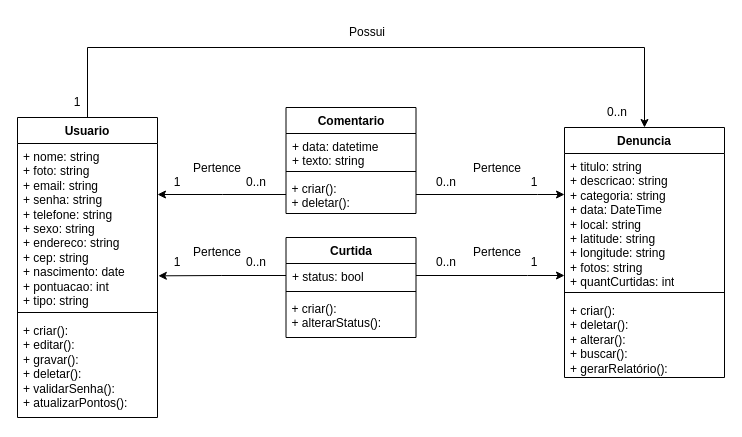
This is Documentação/Diagramas/Diagrama de Classes.drawio from frsouzaa/Documentacao-TCC-NossaVia, a draw.io file, before an edit. Source tidied: cells renumbered, new cells numbered last; positions are measured from the earlier drawing's top-left corner, leaving out a move shared by most shapes. Both pictures are drawn from the tidied source at 100%, with x=0, y=0 at pixel (17, 17).
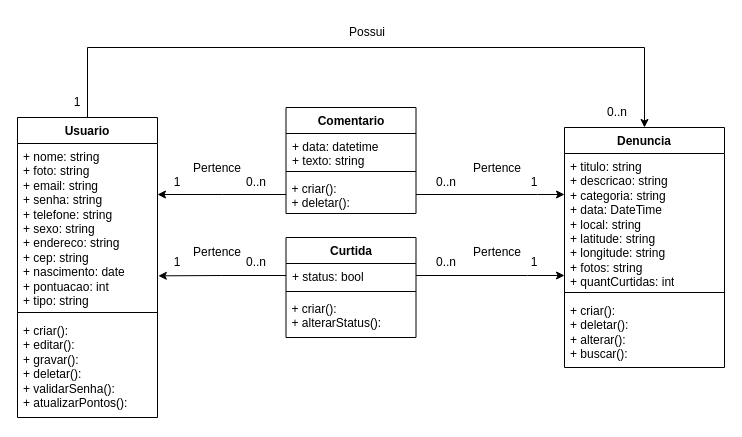
The same page after the edit.

Commit message (it also covers changes not shown here):
Removendo método GerarRelatório() dos diagramas

What changed in the source:
```diff
@@
     <mxCell id="6" value="Denuncia" style="swimlane;fontStyle=1;align=center;verticalAlign=top;horizontal=1;startSize=26;whiteSpace=wrap;html=1;" parent="1" vertex="1">
-      <mxGeometry x="547" y="110" width="160" height="250" as="geometry" />
+      <mxGeometry x="547" y="110" width="160" height="240" as="geometry" />
     </mxCell>
@@
-    <mxCell id="9" value="+ criar():&amp;nbsp;&lt;br style=&quot;padding: 0px; margin: 0px;&quot;&gt;&lt;span style=&quot;&quot;&gt;+ deletar():&amp;nbsp;&lt;/span&gt;&lt;br style=&quot;padding: 0px; margin: 0px;&quot;&gt;+ alterar():&lt;br&gt;+ buscar():&lt;span style=&quot;&quot;&gt;&amp;nbsp;&lt;/span&gt;&lt;br style=&quot;padding: 0px; margin: 0px;&quot;&gt;&lt;span style=&quot;&quot;&gt;+ gerarRelatório():&lt;/span&gt;&lt;span style=&quot;&quot;&gt;&amp;nbsp;&lt;/span&gt;" style="text;strokeColor=none;fillColor=none;align=left;verticalAlign=top;spacingLeft=4;spacingRight=4;overflow=hidden;whiteSpace=wrap;html=1;" parent="6" vertex="1">
-      <mxGeometry y="170" width="160" height="80" as="geometry" />
+    <mxCell id="9" value="+ criar():&amp;nbsp;&lt;br style=&quot;padding: 0px; margin: 0px;&quot;&gt;&lt;span style=&quot;&quot;&gt;+ deletar():&amp;nbsp;&lt;/span&gt;&lt;br style=&quot;padding: 0px; margin: 0px;&quot;&gt;+ alterar():&lt;br&gt;+ buscar():&lt;span style=&quot;&quot;&gt;&amp;nbsp;&lt;/span&gt;&lt;br style=&quot;padding: 0px; margin: 0px;&quot;&gt;" style="text;strokeColor=none;fillColor=none;align=left;verticalAlign=top;spacingLeft=4;spacingRight=4;overflow=hidden;whiteSpace=wrap;html=1;" parent="6" vertex="1">
+      <mxGeometry y="170" width="160" height="70" as="geometry" />
     </mxCell>
```
